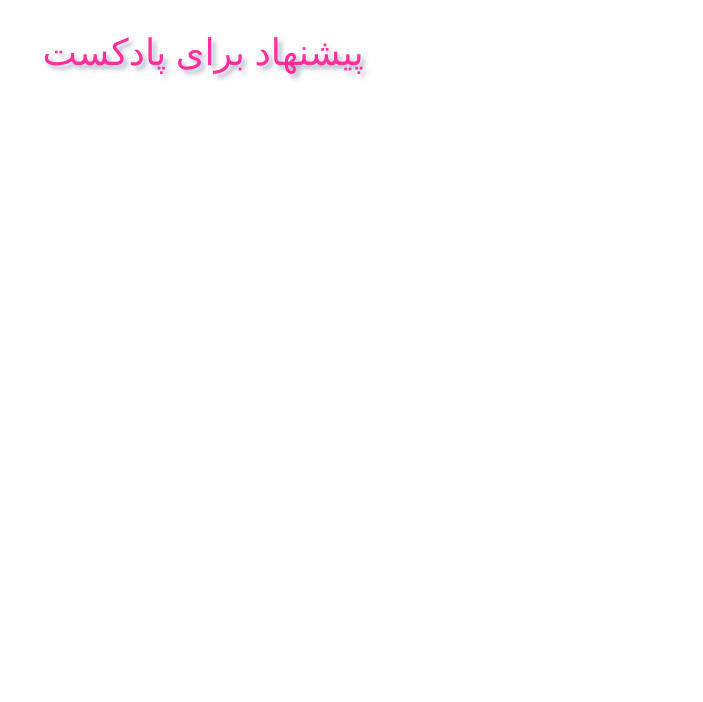
Above: page "پیشنهاد برای پادکست" (2 of 20) of Sequence Diagram/SequenceDiagram.drawio in Matinrezaei/Software-Lab (draw.io), before the change. Source tidied: cells renumbered, new cells numbered last; positions are measured from the earlier drawing's top-left corner, leaving out a move shared by most shapes. Both pictures are drawn from the tidied source at 122%, with x=0, y=0 at pixel (21, 21).
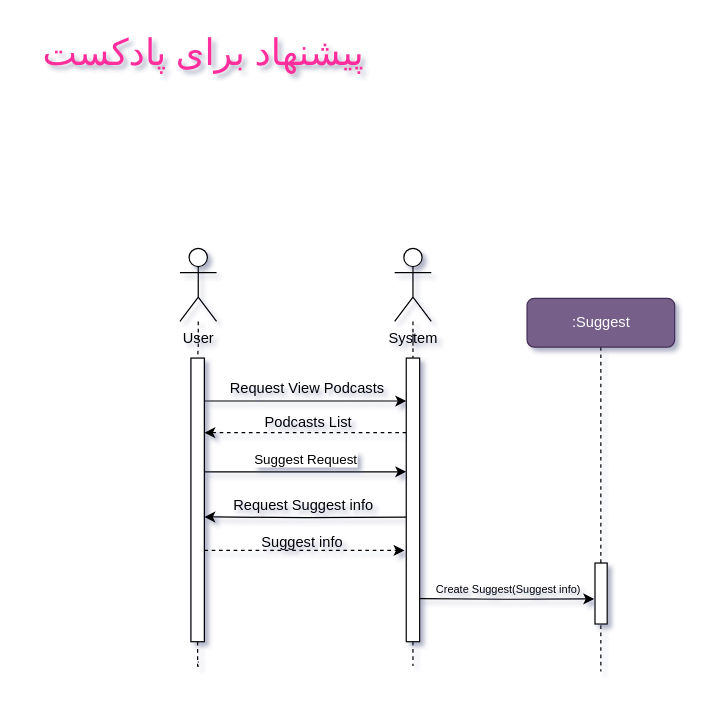
Above is the later version.

The edit, as a diff of the source:
```diff
@@
+    <mxCell id="3" style="edgeStyle=orthogonalEdgeStyle;rounded=0;jettySize=auto;html=1;dashed=1;endArrow=none;endFill=0;" parent="1" edge="1" source="11">
+      <mxGeometry relative="1" as="geometry">
+        <mxPoint x="145" y="524.8" as="targetPoint" />
+      </mxGeometry>
+    </mxCell>
+    <mxCell id="4" value="User" style="shape=umlActor;verticalLabelPosition=bottom;verticalAlign=top;html=1;outlineConnect=0;" parent="1" vertex="1">
+      <mxGeometry x="130" y="186" width="30" height="60" as="geometry" />
+    </mxCell>
+    <mxCell id="5" style="edgeStyle=orthogonalEdgeStyle;rounded=0;jettySize=auto;html=1;dashed=1;endArrow=none;endFill=0;" parent="1" edge="1" source="14">
+      <mxGeometry relative="1" as="geometry">
+        <mxPoint x="321" y="525.2" as="targetPoint" />
+      </mxGeometry>
+    </mxCell>
+    <mxCell id="6" value="System" style="shape=umlActor;verticalLabelPosition=bottom;verticalAlign=top;html=1;outlineConnect=0;" parent="1" vertex="1">
+      <mxGeometry x="306" y="186" width="30" height="60" as="geometry" />
+    </mxCell>
+    <mxCell id="7" style="edgeStyle=orthogonalEdgeStyle;rounded=0;jettySize=auto;html=1;dashed=1;endArrow=none;endFill=0;" parent="1" edge="1" source="4" target="11">
+      <mxGeometry relative="1" as="geometry" />
+    </mxCell>
+    <mxCell id="8" style="edgeStyle=orthogonalEdgeStyle;rounded=0;orthogonalLoop=1;jettySize=auto;html=1;entryX=0.5;entryY=1;entryDx=0;entryDy=0;" parent="1" edge="1">
+      <mxGeometry relative="1" as="geometry">
+        <mxPoint x="150" y="311.2" as="sourcePoint" />
+        <mxPoint x="315.5" y="311.2" as="targetPoint" />
+      </mxGeometry>
+    </mxCell>
+    <mxCell id="9" style="edgeStyle=orthogonalEdgeStyle;rounded=0;orthogonalLoop=1;jettySize=auto;html=1;entryX=0.5;entryY=1;entryDx=0;entryDy=0;" parent="1" edge="1">
+      <mxGeometry relative="1" as="geometry">
+        <mxPoint x="150" y="369.2" as="sourcePoint" />
+        <mxPoint x="315.5" y="369.2" as="targetPoint" />
+      </mxGeometry>
+    </mxCell>
+    <mxCell id="10" value="Suggest Request" style="edgeLabel;html=1;align=center;verticalAlign=middle;" parent="9" vertex="1">
+      <mxGeometry x="-0.02" y="5" relative="1" as="geometry">
+        <mxPoint x="1" y="-6" as="offset" />
+      </mxGeometry>
+    </mxCell>
+    <mxCell id="11" style="rounded=0;whiteSpace=wrap;html=1;direction=south;" parent="1" vertex="1">
+      <mxGeometry x="139" y="276" width="11" height="232.5" as="geometry" />
+    </mxCell>
+    <mxCell id="12" style="edgeStyle=orthogonalEdgeStyle;rounded=0;jettySize=auto;html=1;dashed=1;endArrow=none;endFill=0;" parent="1" edge="1" source="6" target="14">
+      <mxGeometry relative="1" as="geometry" />
+    </mxCell>
+    <mxCell id="13" style="edgeStyle=orthogonalEdgeStyle;rounded=0;orthogonalLoop=1;jettySize=auto;html=1;entryX=0.5;entryY=0;entryDx=0;entryDy=0;" parent="1" edge="1">
+      <mxGeometry relative="1" as="geometry">
+        <mxPoint x="315.5" y="406.3" as="sourcePoint" />
+        <mxPoint x="150" y="406.2" as="targetPoint" />
+      </mxGeometry>
+    </mxCell>
+    <mxCell id="14" style="rounded=0;whiteSpace=wrap;html=1;direction=south;" parent="1" vertex="1">
+      <mxGeometry x="315.5" y="276" width="11" height="232.5" as="geometry" />
+    </mxCell>
+    <mxCell id="15" style="edgeStyle=orthogonalEdgeStyle;rounded=0;jettySize=auto;html=1;dashed=1;endArrow=none;endFill=0;" parent="1" edge="1" source="16">
+      <mxGeometry relative="1" as="geometry">
+        <mxPoint x="475" y="533" as="targetPoint" />
+      </mxGeometry>
+    </mxCell>
+    <mxCell id="16" value=":Suggest" style="rounded=1;whiteSpace=wrap;html=1;fillColor=#76608a;fontColor=#ffffff;strokeColor=#432D57;" parent="1" vertex="1">
+      <mxGeometry x="414.5" y="227" width="121" height="40" as="geometry" />
+    </mxCell>
+    <mxCell id="17" value="Request View Podcasts" style="text;html=1;align=center;verticalAlign=middle;strokeColor=none;fillColor=none;" parent="1" vertex="1">
+      <mxGeometry x="162" y="288" width="144" height="26" as="geometry" />
+    </mxCell>
+    <mxCell id="18" style="rounded=0;whiteSpace=wrap;html=1;direction=south;" parent="1" vertex="1">
+      <mxGeometry x="470.2" y="444" width="10" height="50" as="geometry" />
+    </mxCell>
+    <mxCell id="19" style="edgeStyle=orthogonalEdgeStyle;rounded=0;orthogonalLoop=1;jettySize=auto;html=1;entryX=0.349;entryY=1.065;entryDx=0;entryDy=0;entryPerimeter=0;" parent="1" edge="1">
+      <mxGeometry relative="1" as="geometry">
+        <mxPoint x="326.5" y="473.2" as="sourcePoint" />
+        <mxPoint x="469.6" y="473.4" as="targetPoint" />
+      </mxGeometry>
+    </mxCell>
+    <mxCell id="20" value="&lt;font style=&quot;font-size: 9px;&quot;&gt;Create Suggest(Suggest info)&lt;/font&gt;" style="text;html=1;align=center;verticalAlign=middle;strokeColor=none;fillColor=none;" parent="1" vertex="1">
+      <mxGeometry x="331" y="452" width="136" height="26" as="geometry" />
+    </mxCell>
+    <mxCell id="21" value="Request Suggest info" style="text;html=1;align=center;verticalAlign=middle;strokeColor=none;fillColor=none;" parent="1" vertex="1">
+      <mxGeometry x="165" y="384" width="132" height="26" as="geometry" />
+    </mxCell>
+    <mxCell id="22" style="edgeStyle=orthogonalEdgeStyle;rounded=0;orthogonalLoop=1;jettySize=auto;html=1;entryX=0.618;entryY=1.123;entryDx=0;entryDy=0;entryPerimeter=0;dashed=1;" parent="1" edge="1">
+      <mxGeometry relative="1" as="geometry">
+        <mxPoint x="150" y="433.7" as="sourcePoint" />
+        <mxPoint x="314.1" y="433.7" as="targetPoint" />
+        <Array as="points">
+          <mxPoint x="233" y="433" />
+        </Array>
+      </mxGeometry>
+    </mxCell>
+    <mxCell id="23" value="Suggest info" style="text;html=1;align=center;verticalAlign=middle;strokeColor=none;fillColor=none;" parent="1" vertex="1">
+      <mxGeometry x="188" y="414" width="84" height="26" as="geometry" />
+    </mxCell>
+    <mxCell id="24" style="edgeStyle=orthogonalEdgeStyle;rounded=0;orthogonalLoop=1;jettySize=auto;html=1;dashed=1;" parent="1" edge="1">
+      <mxGeometry relative="1" as="geometry">
+        <mxPoint x="315.5" y="337.2" as="sourcePoint" />
+        <mxPoint x="150" y="337.2" as="targetPoint" />
+      </mxGeometry>
+    </mxCell>
+    <mxCell id="25" value="Podcasts List" style="text;html=1;align=center;verticalAlign=middle;strokeColor=none;fillColor=none;" parent="1" vertex="1">
+      <mxGeometry x="190" y="316" width="89" height="26" as="geometry" />
+    </mxCell>
```
